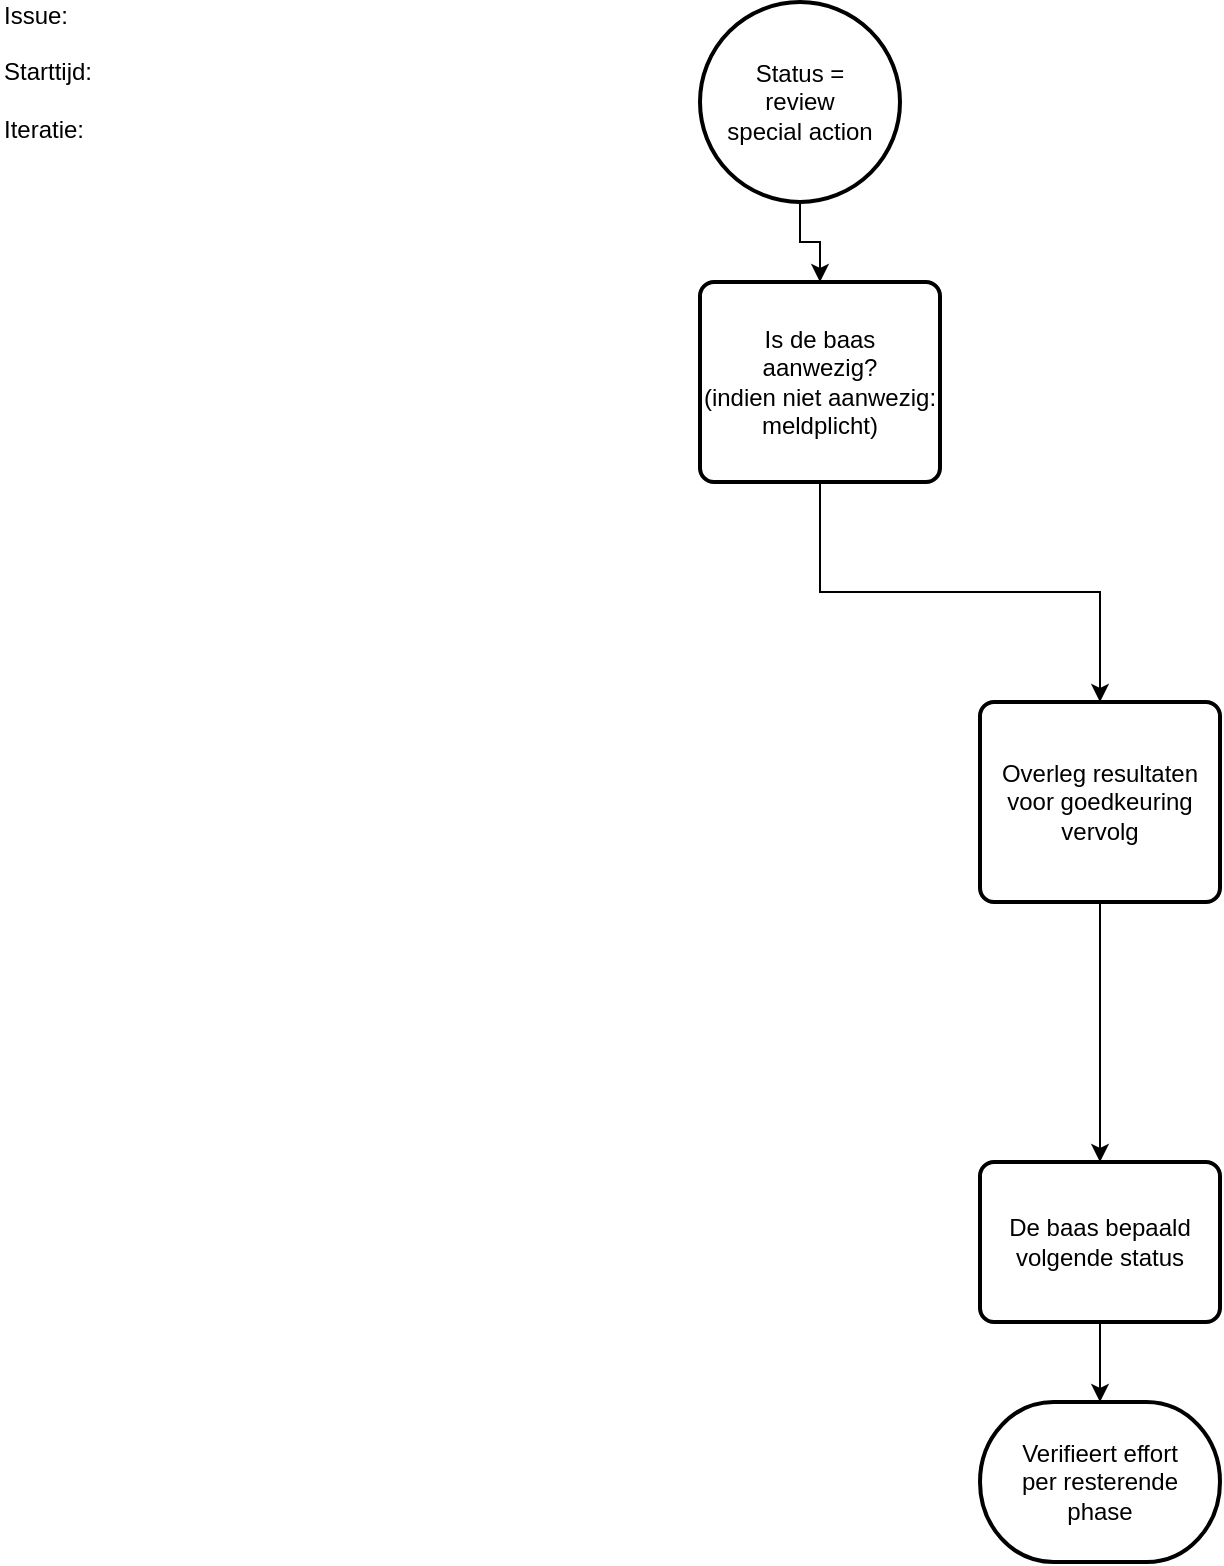
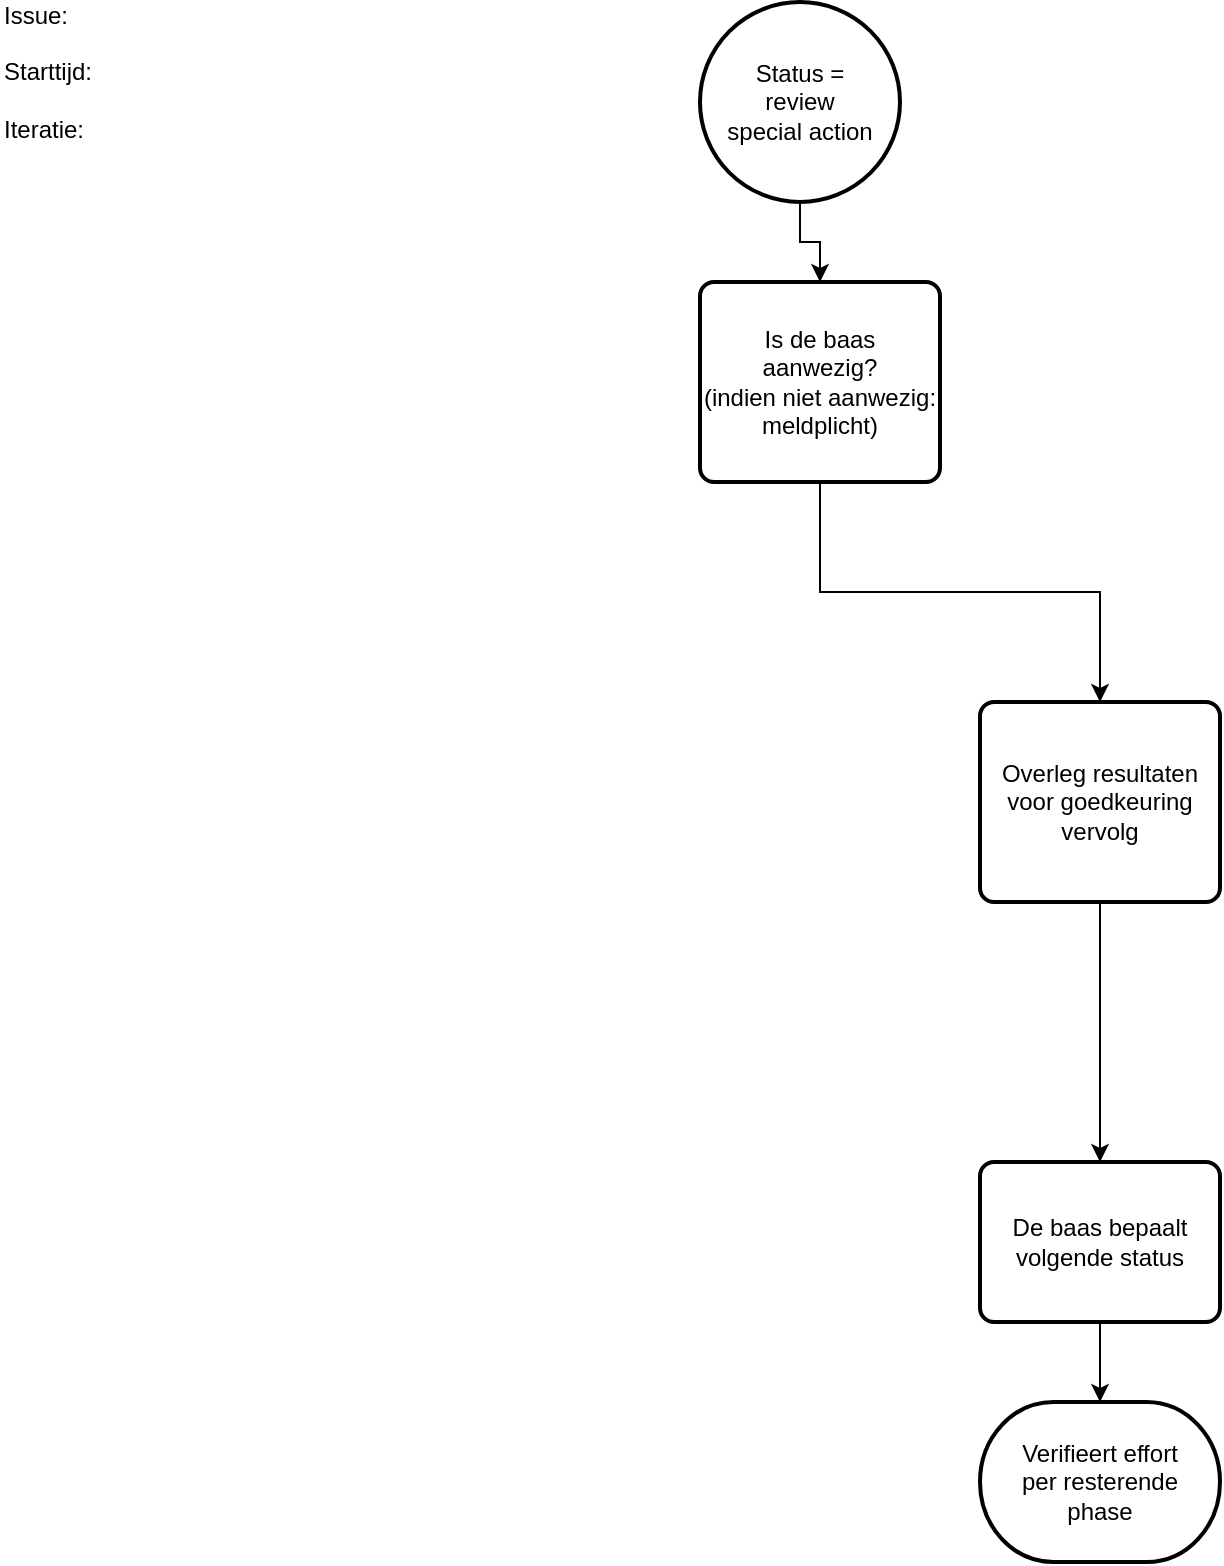
<mxfile host="Electron" agent="Mozilla/5.0 (Windows NT 10.0; Win64; x64) AppleWebKit/537.36 (KHTML, like Gecko) Chrome/144.0.0.0 Safari/537.36">
  <diagram id="BnLUZblOsesBlHXev8Wl" name="Page-1">
    <mxGraphModel dx="842" dy="576" grid="1" gridSize="10" guides="1" tooltips="1" connect="1" arrows="1" fold="1" page="1" pageScale="1" pageWidth="827" pageHeight="1169" math="0" shadow="0">
      <root>
        <mxCell id="0" />
        <mxCell id="1" parent="0" />
        <mxCell id="pxuzoADpxMfooJR_diKQ-1" edge="1" parent="1" source="pxuzoADpxMfooJR_diKQ-2" style="edgeStyle=orthogonalEdgeStyle;rounded=0;orthogonalLoop=1;jettySize=auto;html=1;entryX=0.5;entryY=0;entryDx=0;entryDy=0;" target="pxuzoADpxMfooJR_diKQ-4" value="">
          <mxGeometry relative="1" as="geometry" />
        </mxCell>
        <object label="Status =&lt;br&gt;review&lt;br&gt;special action" Action="1201" id="pxuzoADpxMfooJR_diKQ-2">
          <mxCell parent="1" style="strokeWidth=2;html=1;shape=mxgraph.flowchart.start_2;whiteSpace=wrap;" vertex="1">
            <mxGeometry height="100" width="100" x="370" y="20" as="geometry" />
          </mxCell>
        </object>
        <mxCell id="pxuzoADpxMfooJR_diKQ-3" edge="1" parent="1" source="pxuzoADpxMfooJR_diKQ-4" style="edgeStyle=orthogonalEdgeStyle;rounded=0;orthogonalLoop=1;jettySize=auto;html=1;exitX=0.5;exitY=1;exitDx=0;exitDy=0;entryX=0.5;entryY=0;entryDx=0;entryDy=0;" target="pxuzoADpxMfooJR_diKQ-9">
          <mxGeometry relative="1" as="geometry" />
        </mxCell>
        <object label="Is de baas&lt;br&gt;aanwezig?&lt;br&gt;(indien niet aanwezig:&lt;br&gt;meldplicht)" Action="1202" id="pxuzoADpxMfooJR_diKQ-4">
          <mxCell parent="1" style="rounded=1;whiteSpace=wrap;html=1;absoluteArcSize=1;arcSize=14;strokeWidth=2;" vertex="1">
            <mxGeometry height="100" width="120" x="370" y="160" as="geometry" />
          </mxCell>
        </object>
        <mxCell id="pxuzoADpxMfooJR_diKQ-8" edge="1" parent="1" source="pxuzoADpxMfooJR_diKQ-9" style="edgeStyle=orthogonalEdgeStyle;rounded=0;orthogonalLoop=1;jettySize=auto;html=1;exitX=0.5;exitY=1;exitDx=0;exitDy=0;entryX=0.5;entryY=0;entryDx=0;entryDy=0;" target="pxuzoADpxMfooJR_diKQ-17" value="">
          <mxGeometry relative="1" as="geometry" />
        </mxCell>
        <object label="Overleg resultaten&lt;br&gt;voor goedkeuring&lt;br&gt;vervolg" Action="1204" id="pxuzoADpxMfooJR_diKQ-9">
          <mxCell parent="1" style="rounded=1;whiteSpace=wrap;html=1;absoluteArcSize=1;arcSize=14;strokeWidth=2;" vertex="1">
            <mxGeometry height="100" width="120" x="510" y="370" as="geometry" />
          </mxCell>
        </object>
-         <object label="De baas bepaald&lt;br&gt;volgende status" Action="1206" id="pxuzoADpxMfooJR_diKQ-17">
+         <object label="De baas bepaalt&lt;br&gt;volgende status" Action="1206" id="pxuzoADpxMfooJR_diKQ-17">
          <mxCell parent="1" style="rounded=1;whiteSpace=wrap;html=1;absoluteArcSize=1;arcSize=14;strokeWidth=2;" vertex="1">
            <mxGeometry height="80" width="120" x="510" y="600" as="geometry" />
          </mxCell>
        </object>
        <mxCell id="pxuzoADpxMfooJR_diKQ-20" parent="1" style="text;html=1;align=left;verticalAlign=middle;whiteSpace=wrap;rounded=0;" value="Issue:&amp;nbsp; &amp;nbsp;&lt;br&gt;&lt;br&gt;Starttijd:&lt;br&gt;&lt;br&gt;Iteratie:&amp;nbsp;" vertex="1">
          <mxGeometry height="30" width="60" x="20" y="40" as="geometry" />
        </mxCell>
        <object label="Verifieert effort&lt;br&gt;per resterende&lt;br&gt;phase" Action="1207" id="pxuzoADpxMfooJR_diKQ-27">
          <mxCell parent="1" style="strokeWidth=2;html=1;shape=mxgraph.flowchart.terminator;whiteSpace=wrap;" vertex="1">
            <mxGeometry height="80" width="120" x="510" y="720" as="geometry" />
          </mxCell>
        </object>
        <mxCell id="pxuzoADpxMfooJR_diKQ-28" edge="1" parent="1" source="pxuzoADpxMfooJR_diKQ-17" style="edgeStyle=orthogonalEdgeStyle;rounded=0;orthogonalLoop=1;jettySize=auto;html=1;exitX=0.5;exitY=1;exitDx=0;exitDy=0;entryX=0.5;entryY=0;entryDx=0;entryDy=0;" target="pxuzoADpxMfooJR_diKQ-27">
          <mxGeometry relative="1" as="geometry" />
        </mxCell>
      </root>
    </mxGraphModel>
  </diagram>
</mxfile>
